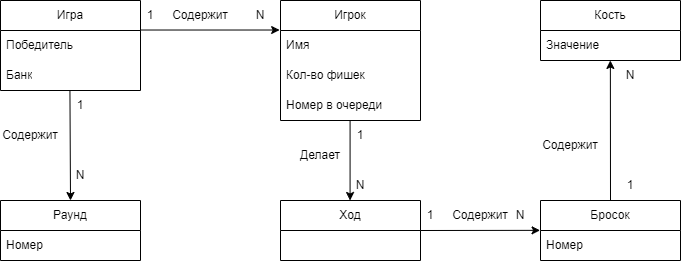
Above: images/lab2.png in Bugs-BugsBunny/RTIPPO (draw.io), before the change. Source tidied: cells renumbered, new cells last; positions are measured from the earlier drawing's top-left corner, leaving out a move shared by most shapes. Source of this version:
```xml
<mxGraphModel background="#FFFFFF">
  <root>
    <mxCell id="0" />
    <mxCell id="1" parent="0" />
    <mxCell id="2" value="Игра" style="swimlane;fontStyle=0;horizontal=1;startSize=30;whiteSpace=wrap;html=1;" parent="1" vertex="1">
      <mxGeometry width="140" height="90" as="geometry" />
    </mxCell>
    <mxCell id="3" value="Победитель" style="text;strokeColor=none;fillColor=none;align=left;verticalAlign=middle;spacingLeft=4;spacingRight=4;overflow=hidden;points=[[0,0.5],[1,0.5]];portConstraint=eastwest;whiteSpace=wrap;html=1;" parent="2" vertex="1">
      <mxGeometry y="30" width="140" height="30" as="geometry" />
    </mxCell>
    <mxCell id="4" value="Банк" style="text;strokeColor=none;fillColor=none;align=left;verticalAlign=middle;spacingLeft=4;spacingRight=4;overflow=hidden;points=[[0,0.5],[1,0.5]];portConstraint=eastwest;whiteSpace=wrap;html=1;" parent="2" vertex="1">
      <mxGeometry y="60" width="140" height="30" as="geometry" />
    </mxCell>
    <mxCell id="5" value="Игрок" style="swimlane;fontStyle=0;horizontal=1;startSize=30;whiteSpace=wrap;html=1;" parent="1" vertex="1">
      <mxGeometry x="280" width="140" height="120" as="geometry" />
    </mxCell>
    <mxCell id="6" value="Имя" style="text;strokeColor=none;fillColor=none;align=left;verticalAlign=middle;spacingLeft=4;spacingRight=4;overflow=hidden;points=[[0,0.5],[1,0.5]];portConstraint=eastwest;whiteSpace=wrap;html=1;" parent="5" vertex="1">
      <mxGeometry y="30" width="140" height="30" as="geometry" />
    </mxCell>
    <mxCell id="7" value="Кол-во фишек" style="text;strokeColor=none;fillColor=none;align=left;verticalAlign=middle;spacingLeft=4;spacingRight=4;overflow=hidden;whiteSpace=wrap;html=1;" parent="5" vertex="1">
      <mxGeometry y="60" width="140" height="30" as="geometry" />
    </mxCell>
    <mxCell id="8" value="Номер в очереди" style="text;strokeColor=none;fillColor=none;align=left;verticalAlign=middle;spacingLeft=4;spacingRight=4;overflow=hidden;whiteSpace=wrap;html=1;" parent="5" vertex="1">
      <mxGeometry y="90" width="140" height="30" as="geometry" />
    </mxCell>
    <mxCell id="9" value="Ход" style="swimlane;fontStyle=0;horizontal=1;startSize=30;whiteSpace=wrap;html=1;" parent="1" vertex="1">
      <mxGeometry x="280" y="200" width="140" height="60" as="geometry" />
    </mxCell>
    <mxCell id="10" value="Бросок" style="swimlane;fontStyle=0;horizontal=1;startSize=30;whiteSpace=wrap;html=1;" parent="1" vertex="1">
      <mxGeometry x="540" y="200" width="140" height="60" as="geometry" />
    </mxCell>
    <mxCell id="11" value="Номер" style="text;strokeColor=none;fillColor=none;align=left;verticalAlign=middle;spacingLeft=4;spacingRight=4;overflow=hidden;points=[[0,0.5],[1,0.5]];portConstraint=eastwest;whiteSpace=wrap;html=1;" parent="10" vertex="1">
      <mxGeometry y="30" width="140" height="30" as="geometry" />
    </mxCell>
    <mxCell id="12" value="Кость" style="swimlane;fontStyle=0;horizontal=1;startSize=30;whiteSpace=wrap;html=1;" parent="1" vertex="1">
      <mxGeometry x="540" width="140" height="60" as="geometry" />
    </mxCell>
    <mxCell id="13" value="Значение" style="text;strokeColor=none;fillColor=none;align=left;verticalAlign=middle;spacingLeft=4;spacingRight=4;overflow=hidden;points=[[0,0.5],[1,0.5]];portConstraint=eastwest;whiteSpace=wrap;html=1;" parent="12" vertex="1">
      <mxGeometry y="30" width="140" height="30" as="geometry" />
    </mxCell>
    <mxCell id="14" value="Раунд" style="swimlane;fontStyle=0;horizontal=1;startSize=30;whiteSpace=wrap;html=1;" parent="1" vertex="1">
      <mxGeometry y="200" width="140" height="60" as="geometry" />
    </mxCell>
    <mxCell id="15" value="Номер" style="text;strokeColor=none;fillColor=none;align=left;verticalAlign=middle;spacingLeft=4;spacingRight=4;overflow=hidden;whiteSpace=wrap;html=1;" parent="14" vertex="1">
      <mxGeometry y="30" width="140" height="30" as="geometry" />
    </mxCell>
    <mxCell id="16" style="endArrow=classic;html=1;rounded=0;exitX=0.998;exitY=-0.016;exitDx=0;exitDy=0;exitPerimeter=0;entryX=-0.006;entryY=-0.016;entryDx=0;entryDy=0;entryPerimeter=0;" parent="1" edge="1" source="3" target="6">
      <mxGeometry relative="1" as="geometry" />
    </mxCell>
    <mxCell id="17" value="Содержит" style="text;html=1;align=center;verticalAlign=middle;whiteSpace=wrap;rounded=0;" parent="1" vertex="1">
      <mxGeometry x="170" width="60" height="30" as="geometry" />
    </mxCell>
    <mxCell id="18" style="endArrow=classic;html=1;rounded=0;entryX=0.5;entryY=0;entryDx=0;entryDy=0;exitX=0.496;exitY=1.021;exitDx=0;exitDy=0;exitPerimeter=0;" parent="1" edge="1" source="4" target="14">
      <mxGeometry relative="1" as="geometry" />
    </mxCell>
    <mxCell id="19" value="Содержит" style="text;html=1;align=center;verticalAlign=middle;whiteSpace=wrap;rounded=0;" parent="1" vertex="1">
      <mxGeometry y="120" width="60" height="30" as="geometry" />
    </mxCell>
    <mxCell id="20" style="endArrow=classic;html=1;rounded=0;entryX=0.5;entryY=0;entryDx=0;entryDy=0;" parent="1" edge="1">
      <mxGeometry relative="1" as="geometry">
        <mxPoint x="349.6" y="120" as="sourcePoint" />
        <mxPoint x="349.6" y="200" as="targetPoint" />
      </mxGeometry>
    </mxCell>
    <mxCell id="21" value="Делает" style="text;html=1;align=center;verticalAlign=middle;whiteSpace=wrap;rounded=0;" parent="1" vertex="1">
      <mxGeometry x="290" y="140" width="60" height="30" as="geometry" />
    </mxCell>
    <mxCell id="22" style="endArrow=classic;html=1;rounded=0;entryX=-0.003;entryY=-0.005;entryDx=0;entryDy=0;entryPerimeter=0;" parent="1" edge="1" target="11">
      <mxGeometry relative="1" as="geometry">
        <mxPoint x="420" y="230" as="sourcePoint" />
      </mxGeometry>
    </mxCell>
    <mxCell id="23" style="endArrow=classic;html=1;rounded=0;exitX=0.5;exitY=0;exitDx=0;exitDy=0;entryX=0.499;entryY=0.998;entryDx=0;entryDy=0;entryPerimeter=0;" parent="1" edge="1" source="10" target="13">
      <mxGeometry relative="1" as="geometry" />
    </mxCell>
    <mxCell id="24" value="Содержит&lt;span style=&quot;color: rgba(0, 0, 0, 0); font-family: monospace; font-size: 0px; text-align: start; text-wrap: nowrap;&quot;&gt;%3CmxGraphModel%3E%3Croot%3E%3CmxCell%20id%3D%220%22%2F%3E%3CmxCell%20id%3D%221%22%20parent%3D%220%22%2F%3E%3CmxCell%20id%3D%222%22%20value%3D%22%D0%94%D0%B5%D0%BB%D0%B0%D0%B5%D1%82%22%20style%3D%22text%3Bhtml%3D1%3Balign%3Dcenter%3BverticalAlign%3Dmiddle%3BwhiteSpace%3Dwrap%3Brounded%3D0%3B%22%20vertex%3D%221%22%20parent%3D%221%22%3E%3CmxGeometry%20x%3D%22450%22%20y%3D%22870%22%20width%3D%2260%22%20height%3D%2230%22%20as%3D%22geometry%22%2F%3E%3C%2FmxCell%3E%3C%2Froot%3E%3C%2FmxGraphModel%3E&lt;/span&gt;" style="text;html=1;align=center;verticalAlign=middle;whiteSpace=wrap;rounded=0;" parent="1" vertex="1">
      <mxGeometry x="540" y="130" width="60" height="30" as="geometry" />
    </mxCell>
    <mxCell id="25" value="Содержит&lt;span style=&quot;color: rgba(0, 0, 0, 0); font-family: monospace; font-size: 0px; text-align: start; text-wrap: nowrap;&quot;&gt;%3CmxGraphModel%3E%3Croot%3E%3CmxCell%20id%3D%220%22%2F%3E%3CmxCell%20id%3D%221%22%20parent%3D%220%22%2F%3E%3CmxCell%20id%3D%222%22%20value%3D%22%D0%94%D0%B5%D0%BB%D0%B0%D0%B5%D1%82%22%20style%3D%22text%3Bhtml%3D1%3Balign%3Dcenter%3BverticalAlign%3Dmiddle%3BwhiteSpace%3Dwrap%3Brounded%3D0%3B%22%20vertex%3D%221%22%20parent%3D%221%22%3E%3CmxGeometry%20x%3D%22450%22%20y%3D%22870%22%20width%3D%2260%22%20height%3D%2230%22%20as%3D%22geometry%22%2F%3E%3C%2FmxCell%3E%3C%2Froot%3E%3C%2FmxGraphModel%3E&lt;/span&gt;" style="text;html=1;align=center;verticalAlign=middle;whiteSpace=wrap;rounded=0;" parent="1" vertex="1">
      <mxGeometry x="450" y="200" width="60" height="30" as="geometry" />
    </mxCell>
    <mxCell id="26" value="1" style="text;html=1;align=center;verticalAlign=middle;whiteSpace=wrap;rounded=0;" parent="1" vertex="1">
      <mxGeometry x="50" y="90" width="60" height="30" as="geometry" />
    </mxCell>
    <mxCell id="27" value="N" style="text;html=1;align=center;verticalAlign=middle;whiteSpace=wrap;rounded=0;" parent="1" vertex="1">
      <mxGeometry x="50" y="160" width="60" height="30" as="geometry" />
    </mxCell>
    <mxCell id="28" value="1" style="text;html=1;align=center;verticalAlign=middle;whiteSpace=wrap;rounded=0;" parent="1" vertex="1">
      <mxGeometry x="330" y="120" width="60" height="30" as="geometry" />
    </mxCell>
    <mxCell id="29" value="1" style="text;html=1;align=center;verticalAlign=middle;whiteSpace=wrap;rounded=0;" parent="1" vertex="1">
      <mxGeometry x="120" width="60" height="30" as="geometry" />
    </mxCell>
    <mxCell id="30" value="1" style="text;html=1;align=center;verticalAlign=middle;whiteSpace=wrap;rounded=0;" parent="1" vertex="1">
      <mxGeometry x="600" y="170" width="60" height="30" as="geometry" />
    </mxCell>
    <mxCell id="31" value="1" style="text;html=1;align=center;verticalAlign=middle;whiteSpace=wrap;rounded=0;" parent="1" vertex="1">
      <mxGeometry x="400" y="200" width="60" height="30" as="geometry" />
    </mxCell>
    <mxCell id="32" value="N" style="text;html=1;align=center;verticalAlign=middle;whiteSpace=wrap;rounded=0;" parent="1" vertex="1">
      <mxGeometry x="230" width="60" height="30" as="geometry" />
    </mxCell>
    <mxCell id="33" value="N" style="text;html=1;align=center;verticalAlign=middle;whiteSpace=wrap;rounded=0;" parent="1" vertex="1">
      <mxGeometry x="330" y="170" width="60" height="30" as="geometry" />
    </mxCell>
    <mxCell id="34" value="N" style="text;html=1;align=center;verticalAlign=middle;whiteSpace=wrap;rounded=0;" parent="1" vertex="1">
      <mxGeometry x="490" y="200" width="60" height="30" as="geometry" />
    </mxCell>
    <mxCell id="35" value="N" style="text;html=1;align=center;verticalAlign=middle;whiteSpace=wrap;rounded=0;" parent="1" vertex="1">
      <mxGeometry x="600" y="60" width="60" height="30" as="geometry" />
    </mxCell>
  </root>
</mxGraphModel>
```
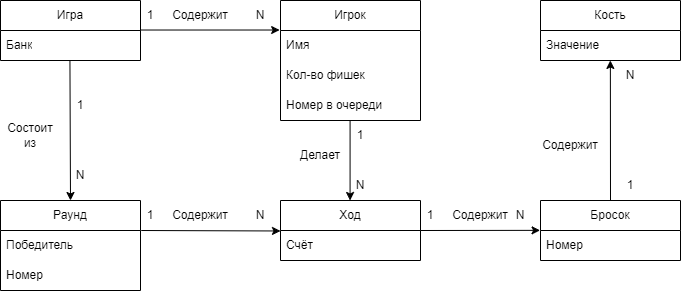
Later version of the same file.

Diff of the diagram source:
```diff
@@ -3,13 +3,10 @@
     <mxCell id="0" />
     <mxCell id="1" parent="0" />
     <mxCell id="2" value="Игра" style="swimlane;fontStyle=0;horizontal=1;startSize=30;whiteSpace=wrap;html=1;" parent="1" vertex="1">
-      <mxGeometry width="140" height="90" as="geometry" />
+      <mxGeometry width="140" height="60" as="geometry" />
     </mxCell>
-    <mxCell id="3" value="Победитель" style="text;strokeColor=none;fillColor=none;align=left;verticalAlign=middle;spacingLeft=4;spacingRight=4;overflow=hidden;points=[[0,0.5],[1,0.5]];portConstraint=eastwest;whiteSpace=wrap;html=1;" parent="2" vertex="1">
-      <mxGeometry y="30" width="140" height="30" as="geometry" />
-    </mxCell>
     <mxCell id="4" value="Банк" style="text;strokeColor=none;fillColor=none;align=left;verticalAlign=middle;spacingLeft=4;spacingRight=4;overflow=hidden;points=[[0,0.5],[1,0.5]];portConstraint=eastwest;whiteSpace=wrap;html=1;" parent="2" vertex="1">
-      <mxGeometry y="60" width="140" height="30" as="geometry" />
+      <mxGeometry y="30" width="140" height="30" as="geometry" />
     </mxCell>
     <mxCell id="5" value="Игрок" style="swimlane;fontStyle=0;horizontal=1;startSize=30;whiteSpace=wrap;html=1;" parent="1" vertex="1">
       <mxGeometry x="280" width="140" height="120" as="geometry" />
@@ -26,6 +23,9 @@
     <mxCell id="9" value="Ход" style="swimlane;fontStyle=0;horizontal=1;startSize=30;whiteSpace=wrap;html=1;" parent="1" vertex="1">
       <mxGeometry x="280" y="200" width="140" height="60" as="geometry" />
     </mxCell>
+    <mxCell id="36" value="Счёт" style="text;strokeColor=none;fillColor=none;align=left;verticalAlign=middle;spacingLeft=4;spacingRight=4;overflow=hidden;whiteSpace=wrap;html=1;" parent="9" vertex="1">
+      <mxGeometry y="30" width="140" height="30" as="geometry" />
+    </mxCell>
     <mxCell id="10" value="Бросок" style="swimlane;fontStyle=0;horizontal=1;startSize=30;whiteSpace=wrap;html=1;" parent="1" vertex="1">
       <mxGeometry x="540" y="200" width="140" height="60" as="geometry" />
     </mxCell>
@@ -39,13 +39,18 @@
       <mxGeometry y="30" width="140" height="30" as="geometry" />
     </mxCell>
     <mxCell id="14" value="Раунд" style="swimlane;fontStyle=0;horizontal=1;startSize=30;whiteSpace=wrap;html=1;" parent="1" vertex="1">
-      <mxGeometry y="200" width="140" height="60" as="geometry" />
+      <mxGeometry y="200" width="140" height="90" as="geometry" />
     </mxCell>
+    <mxCell id="3" value="Победитель" style="text;strokeColor=none;fillColor=none;align=left;verticalAlign=middle;spacingLeft=4;spacingRight=4;overflow=hidden;points=[[0,0.5],[1,0.5]];portConstraint=eastwest;whiteSpace=wrap;html=1;" parent="14" vertex="1">
+      <mxGeometry y="30" width="140" height="30" as="geometry" />
+    </mxCell>
     <mxCell id="15" value="Номер" style="text;strokeColor=none;fillColor=none;align=left;verticalAlign=middle;spacingLeft=4;spacingRight=4;overflow=hidden;whiteSpace=wrap;html=1;" parent="14" vertex="1">
-      <mxGeometry y="30" width="140" height="30" as="geometry" />
+      <mxGeometry y="60" width="140" height="30" as="geometry" />
     </mxCell>
-    <mxCell id="16" style="endArrow=classic;html=1;rounded=0;exitX=0.998;exitY=-0.016;exitDx=0;exitDy=0;exitPerimeter=0;entryX=-0.006;entryY=-0.016;entryDx=0;entryDy=0;entryPerimeter=0;" parent="1" edge="1" source="3" target="6">
-      <mxGeometry relative="1" as="geometry" />
+    <mxCell id="16" style="endArrow=classic;html=1;rounded=0;exitX=0.998;exitY=-0.016;exitDx=0;exitDy=0;exitPerimeter=0;entryX=-0.006;entryY=-0.016;entryDx=0;entryDy=0;entryPerimeter=0;" parent="1" edge="1" target="6">
+      <mxGeometry relative="1" as="geometry">
+        <mxPoint x="139.7" y="29.5" as="sourcePoint" />
+      </mxGeometry>
     </mxCell>
     <mxCell id="17" value="Содержит" style="text;html=1;align=center;verticalAlign=middle;whiteSpace=wrap;rounded=0;" parent="1" vertex="1">
       <mxGeometry x="170" width="60" height="30" as="geometry" />
@@ -53,7 +58,7 @@
     <mxCell id="18" style="endArrow=classic;html=1;rounded=0;entryX=0.5;entryY=0;entryDx=0;entryDy=0;exitX=0.496;exitY=1.021;exitDx=0;exitDy=0;exitPerimeter=0;" parent="1" edge="1" source="4" target="14">
       <mxGeometry relative="1" as="geometry" />
     </mxCell>
-    <mxCell id="19" value="Содержит" style="text;html=1;align=center;verticalAlign=middle;whiteSpace=wrap;rounded=0;" parent="1" vertex="1">
+    <mxCell id="19" value="Состоит из" style="text;html=1;align=center;verticalAlign=middle;whiteSpace=wrap;rounded=0;" parent="1" vertex="1">
       <mxGeometry y="120" width="60" height="30" as="geometry" />
     </mxCell>
     <mxCell id="20" style="endArrow=classic;html=1;rounded=0;entryX=0.5;entryY=0;entryDx=0;entryDy=0;" parent="1" edge="1">
@@ -109,5 +114,20 @@
     <mxCell id="35" value="N" style="text;html=1;align=center;verticalAlign=middle;whiteSpace=wrap;rounded=0;" parent="1" vertex="1">
       <mxGeometry x="600" y="60" width="60" height="30" as="geometry" />
     </mxCell>
+    <mxCell id="37" style="endArrow=classic;html=1;rounded=0;exitX=0.998;exitY=-0.016;exitDx=0;exitDy=0;exitPerimeter=0;entryX=-0.006;entryY=-0.016;entryDx=0;entryDy=0;entryPerimeter=0;" parent="1" edge="1">
+      <mxGeometry relative="1" as="geometry">
+        <mxPoint x="140.7" y="230" as="sourcePoint" />
+        <mxPoint x="280" y="230.5" as="targetPoint" />
+      </mxGeometry>
+    </mxCell>
+    <mxCell id="38" value="1" style="text;html=1;align=center;verticalAlign=middle;whiteSpace=wrap;rounded=0;" parent="1" vertex="1">
+      <mxGeometry x="120" y="200" width="60" height="30" as="geometry" />
+    </mxCell>
+    <mxCell id="39" value="N" style="text;html=1;align=center;verticalAlign=middle;whiteSpace=wrap;rounded=0;" parent="1" vertex="1">
+      <mxGeometry x="230" y="200" width="60" height="30" as="geometry" />
+    </mxCell>
+    <mxCell id="40" value="Содержит" style="text;html=1;align=center;verticalAlign=middle;whiteSpace=wrap;rounded=0;" parent="1" vertex="1">
+      <mxGeometry x="170" y="200" width="60" height="30" as="geometry" />
+    </mxCell>
   </root>
 </mxGraphModel>
```
